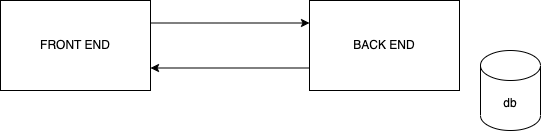
This is concepts.dio.png from vinod-kayartaya/REDBUS-FEB-2024, a draw.io export, as it was before one commit. Source tidied: cells renumbered, new cells last; positions are measured from the earlier drawing's top-left corner, leaving out a move shared by most shapes.
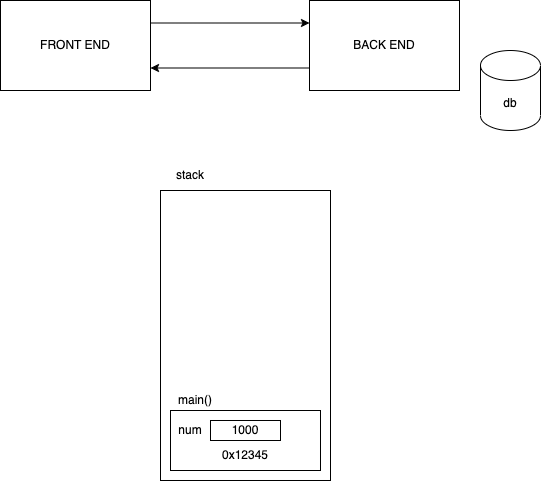
After the change.

The edit, as a diff of the source:
```diff
@@ -17,5 +17,26 @@
     <mxCell id="6" value="db" style="shape=cylinder3;whiteSpace=wrap;html=1;boundedLbl=1;backgroundOutline=1;size=15;" parent="1" vertex="1">
       <mxGeometry x="480" y="50" width="60" height="80" as="geometry" />
     </mxCell>
+    <mxCell id="7" style="rounded=0;whiteSpace=wrap;html=1;" parent="1" vertex="1">
+      <mxGeometry x="160" y="190" width="170" height="290" as="geometry" />
+    </mxCell>
+    <mxCell id="8" style="rounded=0;whiteSpace=wrap;html=1;" parent="1" vertex="1">
+      <mxGeometry x="170" y="410" width="150" height="60" as="geometry" />
+    </mxCell>
+    <mxCell id="9" value="stack" style="text;html=1;strokeColor=none;fillColor=none;align=center;verticalAlign=middle;whiteSpace=wrap;rounded=0;" parent="1" vertex="1">
+      <mxGeometry x="160" y="160" width="60" height="30" as="geometry" />
+    </mxCell>
+    <mxCell id="10" value="main()" style="text;html=1;strokeColor=none;fillColor=none;align=center;verticalAlign=middle;whiteSpace=wrap;rounded=0;" parent="1" vertex="1">
+      <mxGeometry x="170" y="390" width="50" height="20" as="geometry" />
+    </mxCell>
+    <mxCell id="11" value="1000" style="rounded=0;whiteSpace=wrap;html=1;" parent="1" vertex="1">
+      <mxGeometry x="210" y="420" width="70" height="20" as="geometry" />
+    </mxCell>
+    <mxCell id="12" value="num" style="text;html=1;strokeColor=none;fillColor=none;align=center;verticalAlign=middle;whiteSpace=wrap;rounded=0;" parent="1" vertex="1">
+      <mxGeometry x="170" y="415" width="40" height="30" as="geometry" />
+    </mxCell>
+    <mxCell id="13" value="0x12345" style="text;html=1;strokeColor=none;fillColor=none;align=center;verticalAlign=middle;whiteSpace=wrap;rounded=0;" parent="1" vertex="1">
+      <mxGeometry x="210" y="440" width="70" height="30" as="geometry" />
+    </mxCell>
   </root>
 </mxGraphModel>
```
